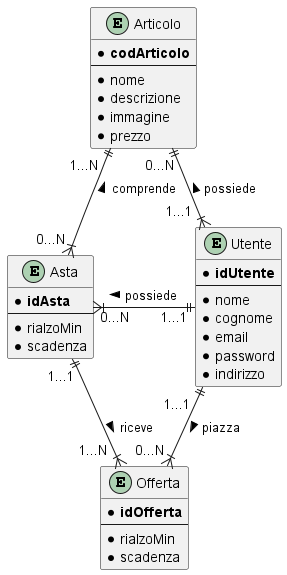
Before: docs/EntityRelation2.png, a diagram exported from PlantUML (francescospangaro/tecnologie-web).
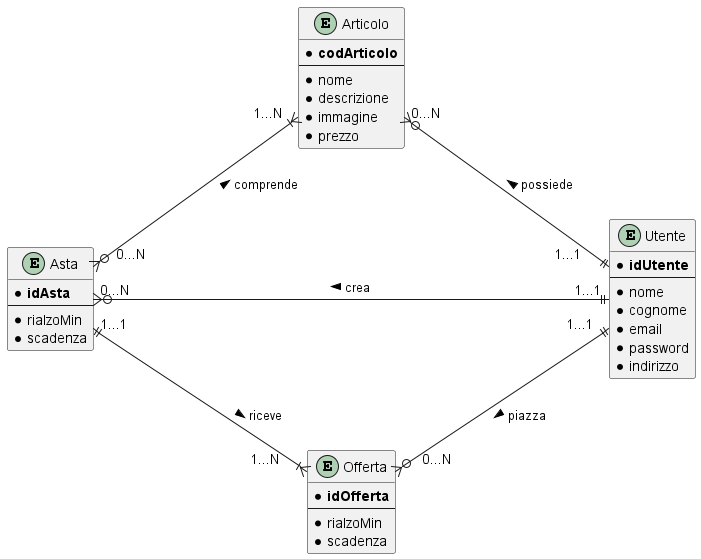
Later version of the same file.

Change to the diagram source:
```diff
@@ -1,4 +1,7 @@
 @startuml
+skinparam linetype polyline
+skinparam nodesep 300
+skinparam ranksep 1
 
 entity Articolo {
   * **codArticolo**
@@ -33,10 +36,10 @@
     * scadenza
 }
 
-Articolo "0...N" ||-d-|{ "1...1  " Utente : possiede <
-Articolo "1...N  " ||-d-|{ "0...N " Asta : comprende <
-Utente "1...1" ||-l-|{ "0...N" Asta : possiede >
-Utente "1...1  " ||-d-|{ "0...N " Offerta : piazza >
-Asta "1...1" ||-d-|{ "1...N  " Offerta : riceve >
+Articolo "0...N" }o-d-|| "1...1     " Utente : possiede <
+Articolo "1...N  " }|--d--o{ "    0...N" Asta : comprende <
+Utente "1...1" ||-l-o{ "0...N" Asta : crea >
+Utente "1...1  " ||-d-o{ "     0...N" Offerta : piazza >
+Asta "1...1" ||--d--|{ "1...N     " Offerta : riceve >
 
 @enduml
```
